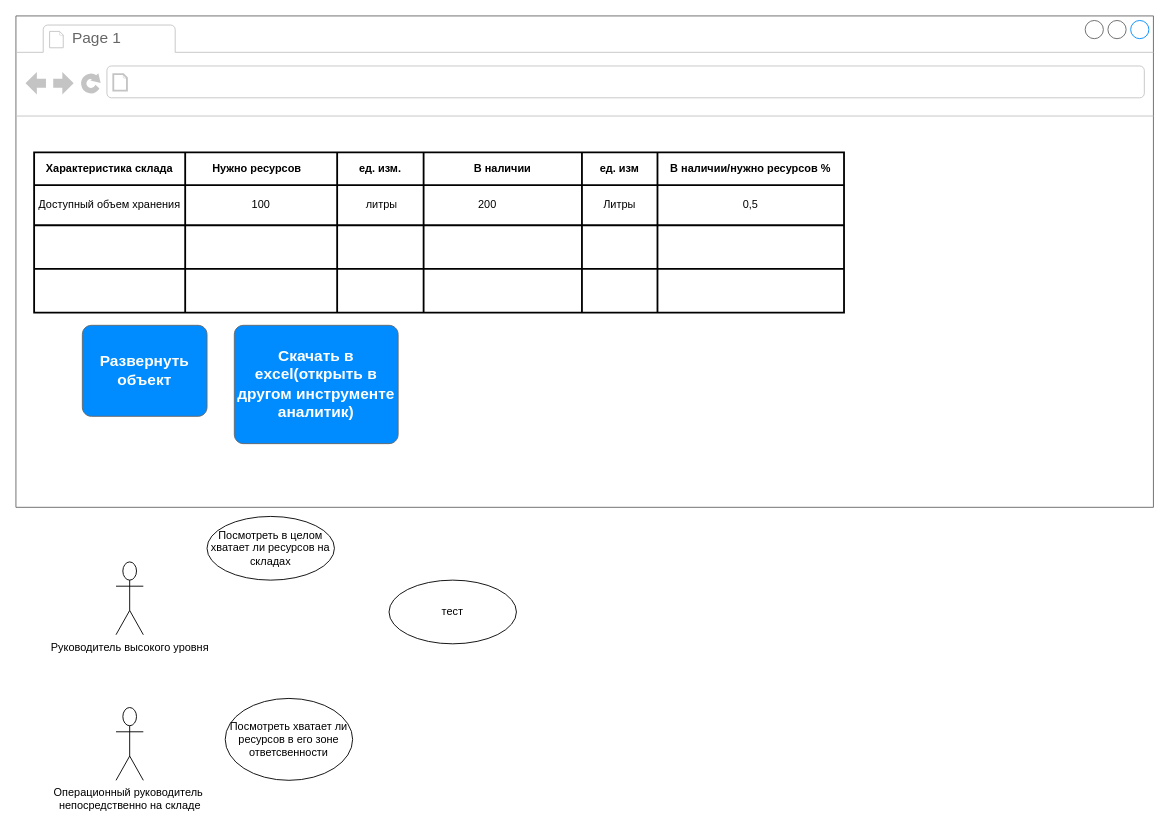
The draw.io diagram Диаграмма без названия.drawio in AntonKoltsov85/AntonKoltsov85, before the edit. Source tidied: cells renumbered, new cells numbered last; positions are measured from the earlier drawing's top-left corner, leaving out a move shared by most shapes. Both pictures are drawn from the tidied source at 91%, with x=0, y=0 at pixel (15, 15).
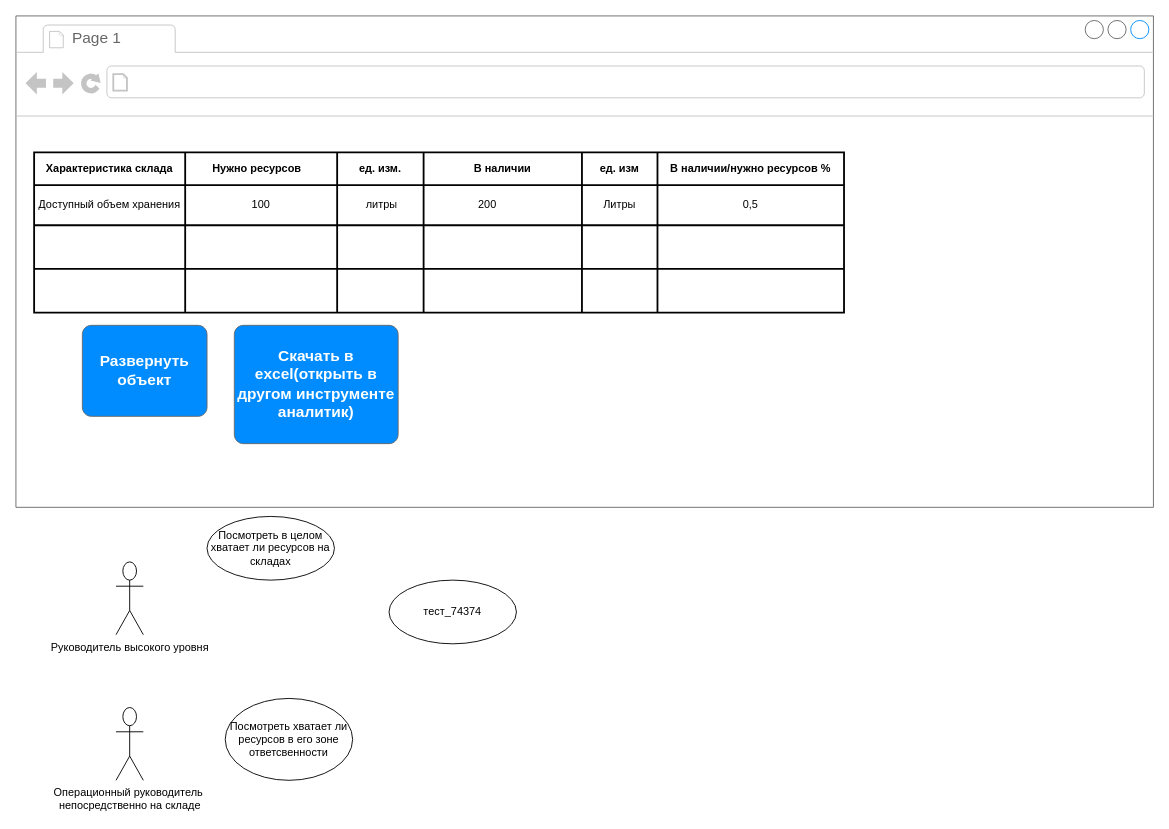
Above is the later version.

What changed in the source:
```diff
@@
-    <mxCell id="40" value="тест" style="ellipse;whiteSpace=wrap;html=1;" parent="1" vertex="1">
+    <mxCell id="40" value="тест_74374" style="ellipse;whiteSpace=wrap;html=1;" parent="1" vertex="1">
       <mxGeometry x="410" y="620" width="140" height="70" as="geometry" />
     </mxCell>
```
